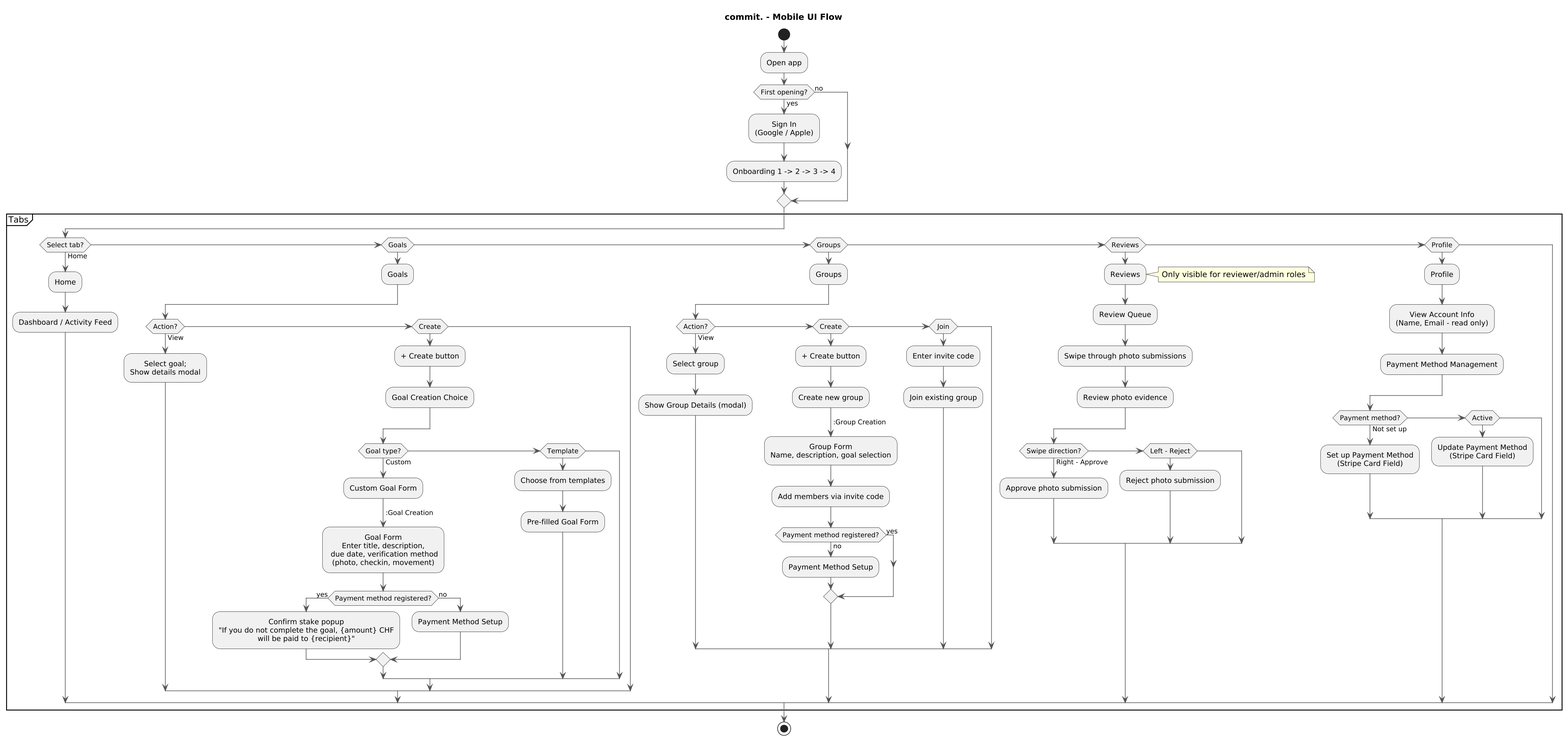
Above: docs/ui-flow.png in getcommitapp/commit (PlantUML), before the change. Source of this version:
```plantuml
@startuml ui-flow
title commit. - Mobile UI Flow

skinparam dpi 180
skinparam ArrowColor #555555
skinparam ArrowThickness 1
skinparam defaultTextAlignment center
skinparam shadowing false

start

:Open app;
if (First opening?) then (yes)
  :Sign In\n(Google / Apple);
  :Onboarding 1 -> 2 -> 3 -> 4;
else (no)
endif

partition "Tabs" {
  if (Select tab?) then (Home)
    :Home;
    :Dashboard / Activity Feed;
  elseif (Goals)
    :Goals;
    if (Action?) then (View)
      :Select goal;\nShow details modal;
    elseif (Create)
      :+ Create button;
      :Goal Creation Choice;
      if (Goal type?) then (Custom)
        :Custom Goal Form;
        -> :Goal Creation;
        :Goal Form\nEnter title, description,\n due date, verification method\n(photo, checkin, movement);
        if (Payment method registered?) then (yes)
          :Confirm stake popup\n"If you do not complete the goal, {amount} CHF\nwill be paid to {recipient}";
        else (no)
          :Payment Method Setup;
        endif
      elseif (Template)
        :Choose from templates;
        :Pre-filled Goal Form;
      endif
    endif
  elseif (Groups)
    :Groups;
    if (Action?) then (View)
      :Select group;
      :Show Group Details (modal);
    elseif (Create)
      :+ Create button;
      :Create new group;
      -> :Group Creation;
      :Group Form\nName, description, goal selection;
      :Add members via invite code;
      if (Payment method registered?) then (yes)
      else (no)
        :Payment Method Setup;
      endif
    elseif (Join)
      :Enter invite code;
      :Join existing group;
    endif
  elseif (Reviews)
    :Reviews;
    note right: Only visible for reviewer/admin roles
    :Review Queue;
    :Swipe through photo submissions;
    :Review photo evidence;
    if (Swipe direction?) then (Right - Approve)
      :Approve photo submission;
    elseif (Left - Reject)
      :Reject photo submission;
    endif
  elseif (Profile)
    :Profile;
    :View Account Info\n(Name, Email - read only);
    :Payment Method Management;
    if (Payment method?) then (Not set up)
      :Set up Payment Method\n(Stripe Card Field);
    elseif (Active)
      :Update Payment Method\n(Stripe Card Field);
    endif
  endif
}

note right
  Group joining requires invite code
  Payment integration via Stripe
  Multiple verification methods supported
end note

stop
@enduml
```
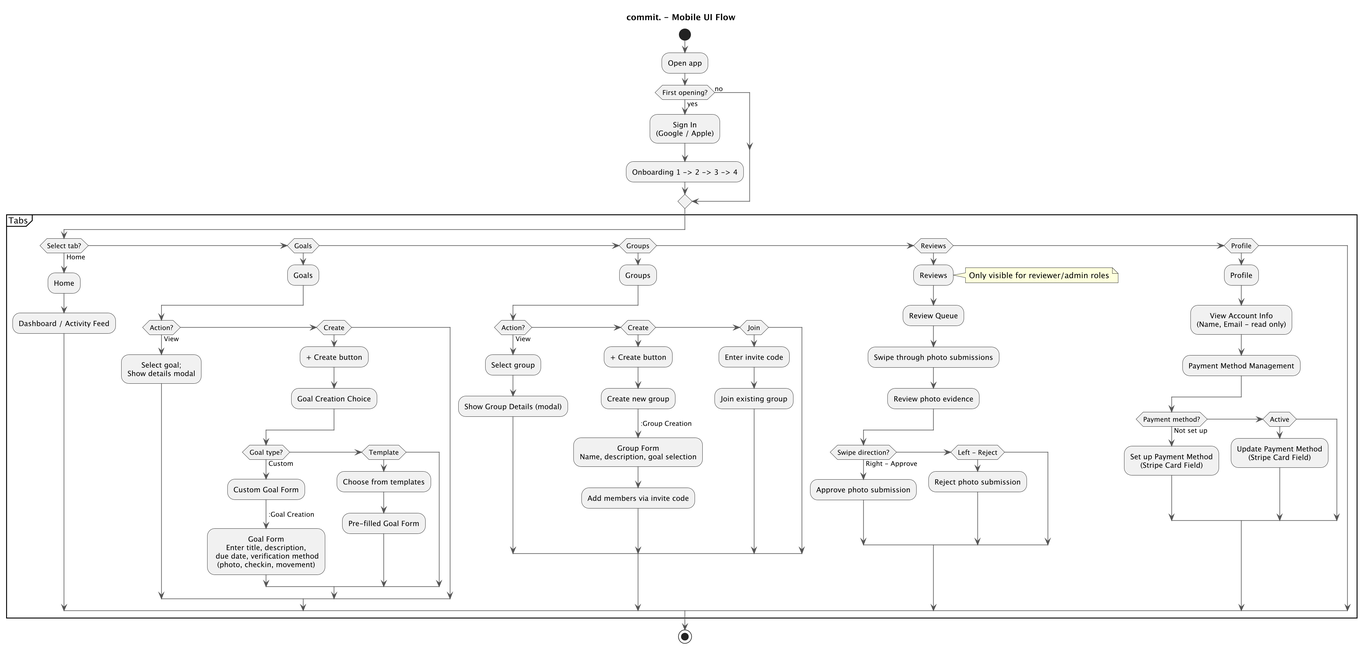
After the commit.

What changed in the source:
```diff
@@ -31,11 +31,6 @@
         :Custom Goal Form;
         -> :Goal Creation;
         :Goal Form\nEnter title, description,\n due date, verification method\n(photo, checkin, movement);
-        if (Payment method registered?) then (yes)
-          :Confirm stake popup\n"If you do not complete the goal, {amount} CHF\nwill be paid to {recipient}";
-        else (no)
-          :Payment Method Setup;
-        endif
       elseif (Template)
         :Choose from templates;
         :Pre-filled Goal Form;
@@ -52,10 +47,6 @@
       -> :Group Creation;
       :Group Form\nName, description, goal selection;
       :Add members via invite code;
-      if (Payment method registered?) then (yes)
-      else (no)
-        :Payment Method Setup;
-      endif
     elseif (Join)
       :Enter invite code;
       :Join existing group;
```
